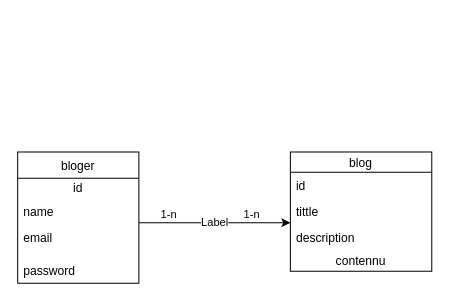
The draw.io diagram table.drawio in chaima-marzouk/blog-project, before the edit. Source tidied: cells renumbered, new cells numbered last; positions are measured from the earlier drawing's top-left corner, leaving out a move shared by most shapes. Both pictures are drawn from the tidied source at 101%, with x=0, y=0 at pixel (17, 152).
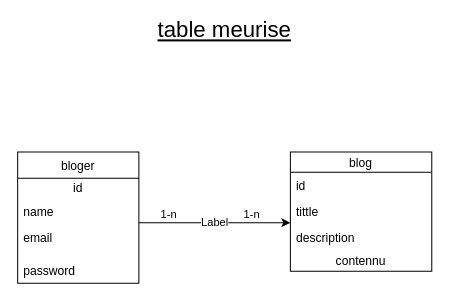
The same page after the edit.

Diff of the diagram source:
```diff
@@
 <mxGraphModel>
   <root>
     <mxCell id="0" />
     <mxCell id="1" parent="0" />
     <mxCell id="2" value="bloger" style="swimlane;fontStyle=0;horizontal=1;startSize=26;fillColor=none;" parent="1" vertex="1">
       <mxGeometry width="120" height="130" as="geometry" />
     </mxCell>
     <mxCell id="3" value="id" style="text;html=1;strokeColor=none;fillColor=none;align=center;verticalAlign=middle;whiteSpace=wrap;rounded=0;" parent="2" vertex="1">
       <mxGeometry y="26" width="120" height="20" as="geometry" />
     </mxCell>
     <mxCell id="4" value="name" style="text;strokeColor=none;fillColor=none;align=left;verticalAlign=top;spacingLeft=4;spacingRight=4;overflow=hidden;" parent="2" vertex="1">
       <mxGeometry y="46" width="120" height="26" as="geometry" />
     </mxCell>
     <mxCell id="5" value="email" style="text;strokeColor=none;fillColor=none;align=left;verticalAlign=top;spacingLeft=4;spacingRight=4;overflow=hidden;" parent="2" vertex="1">
       <mxGeometry y="72" width="120" height="32" as="geometry" />
     </mxCell>
     <mxCell id="6" value="password" style="text;strokeColor=none;fillColor=none;align=left;verticalAlign=top;spacingLeft=4;spacingRight=4;overflow=hidden;" parent="2" vertex="1">
       <mxGeometry y="104" width="120" height="26" as="geometry" />
     </mxCell>
     <mxCell id="7" value="blog" style="swimlane;fontStyle=0;horizontal=1;startSize=20;fillColor=none;" parent="1" vertex="1">
       <mxGeometry x="270" width="140" height="118" as="geometry" />
     </mxCell>
     <mxCell id="8" value="id" style="text;strokeColor=none;fillColor=none;align=left;verticalAlign=top;spacingLeft=4;spacingRight=4;overflow=hidden;" parent="7" vertex="1">
       <mxGeometry y="20" width="140" height="26" as="geometry" />
     </mxCell>
     <mxCell id="9" value="tittle" style="text;strokeColor=none;fillColor=none;align=left;verticalAlign=top;spacingLeft=4;spacingRight=4;overflow=hidden;" parent="7" vertex="1">
       <mxGeometry y="46" width="140" height="26" as="geometry" />
     </mxCell>
     <mxCell id="10" value="description" style="text;strokeColor=none;fillColor=none;align=left;verticalAlign=top;spacingLeft=4;spacingRight=4;overflow=hidden;" parent="7" vertex="1">
       <mxGeometry y="72" width="140" height="26" as="geometry" />
     </mxCell>
     <mxCell id="11" value="contennu" style="text;html=1;strokeColor=none;fillColor=none;align=center;verticalAlign=middle;whiteSpace=wrap;rounded=0;" parent="7" vertex="1">
       <mxGeometry y="98" width="140" height="20" as="geometry" />
     </mxCell>
     <mxCell id="12" value="Label" style="endArrow=classic;html=1;" parent="1" edge="1">
       <mxGeometry relative="1" as="geometry">
         <mxPoint x="120" y="70" as="sourcePoint" />
         <mxPoint x="270" y="70" as="targetPoint" />
       </mxGeometry>
     </mxCell>
     <mxCell id="13" value="1-n" style="edgeLabel;html=1;align=left;verticalAlign=bottom;" parent="12" vertex="1">
       <mxGeometry x="-1" relative="1" as="geometry">
         <mxPoint x="20" as="offset" />
       </mxGeometry>
     </mxCell>
     <mxCell id="14" value="1-n" style="edgeLabel;html=1;align=right;verticalAlign=bottom;" parent="12" vertex="1">
       <mxGeometry x="1" relative="1" as="geometry">
         <mxPoint x="-30" as="offset" />
       </mxGeometry>
     </mxCell>
+    <mxCell id="15" value="&lt;font style=&quot;font-size: 22px&quot;&gt;&lt;u&gt;table meurise&lt;/u&gt;&lt;/font&gt;" style="text;html=1;strokeColor=none;fillColor=none;align=center;verticalAlign=middle;whiteSpace=wrap;rounded=0;strokeWidth=4;" parent="1" vertex="1">
+      <mxGeometry x="130" y="-130" width="150" height="20" as="geometry" />
+    </mxCell>
   </root>
 </mxGraphModel>
```
